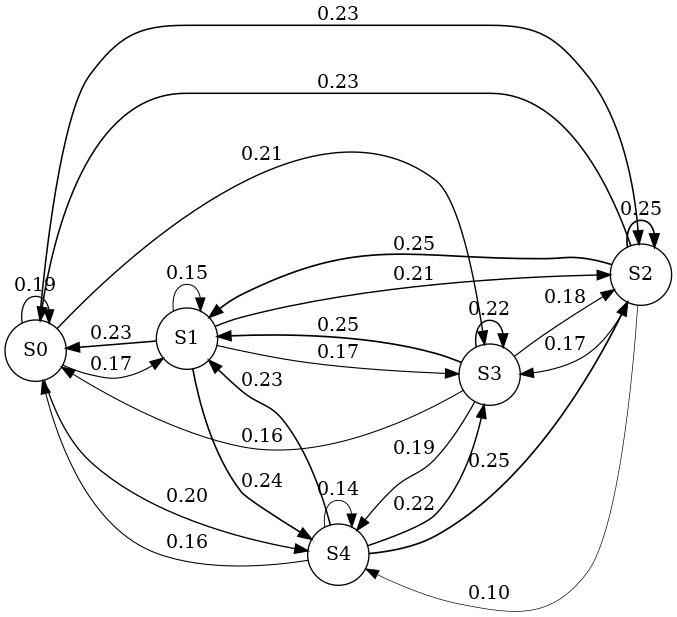
Above: chain.png in MrAlexandrov/homework_first (Graphviz), before the change. Its source is kept beside it as chain.dot. Source of this version:
```dot
digraph MarkovChain {
    rankdir=LR;
    node [shape=circle];
    S0 -> S0 [label="0.19", penwidth=0.95];
    S0 -> S1 [label="0.17", penwidth=0.85];
    S0 -> S2 [label="0.23", penwidth=1.15];
    S0 -> S3 [label="0.21", penwidth=1.05];
    S0 -> S4 [label="0.20", penwidth=1.00];
    S1 -> S0 [label="0.23", penwidth=1.15];
    S1 -> S1 [label="0.15", penwidth=0.75];
    S1 -> S2 [label="0.21", penwidth=1.05];
    S1 -> S3 [label="0.17", penwidth=0.85];
    S1 -> S4 [label="0.24", penwidth=1.20];
    S2 -> S0 [label="0.23", penwidth=1.15];
    S2 -> S1 [label="0.25", penwidth=1.25];
    S2 -> S2 [label="0.25", penwidth=1.25];
    S2 -> S3 [label="0.17", penwidth=0.85];
    S2 -> S4 [label="0.10", penwidth=0.50];
    S3 -> S0 [label="0.16", penwidth=0.80];
    S3 -> S1 [label="0.25", penwidth=1.25];
    S3 -> S2 [label="0.18", penwidth=0.90];
    S3 -> S3 [label="0.22", penwidth=1.10];
    S3 -> S4 [label="0.19", penwidth=0.95];
    S4 -> S0 [label="0.16", penwidth=0.80];
    S4 -> S1 [label="0.23", penwidth=1.15];
    S4 -> S2 [label="0.25", penwidth=1.25];
    S4 -> S3 [label="0.22", penwidth=1.10];
    S4 -> S4 [label="0.14", penwidth=0.70];
}
```
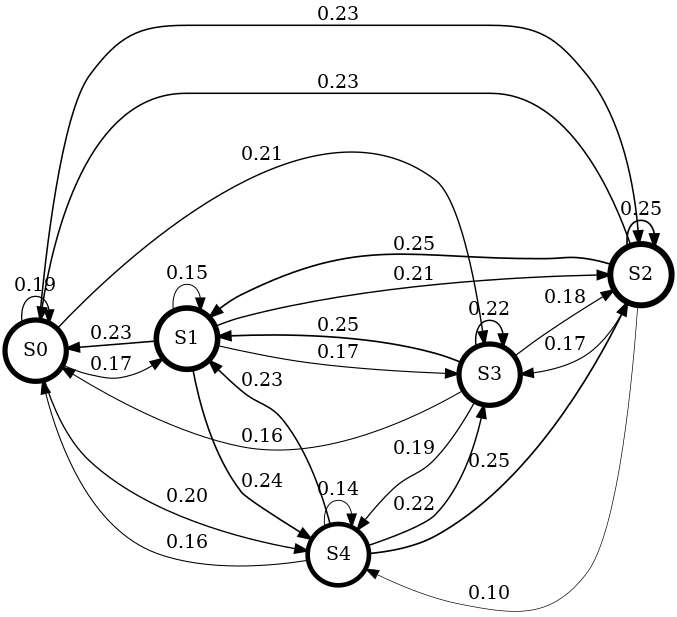
Later version of the same file.

The edit, as a diff of the source:
```diff
@@ -1,6 +1,11 @@
 digraph MarkovChain {
     rankdir=LR;
     node [shape=circle];
+    S0[label="S0", penwidth=3.92504];
+    S1[label="S1", penwidth=4.19686];
+    S2[label="S2", penwidth=4.47874];
+    S3[label="S3", penwidth=3.92697];
+    S4[label="S4", penwidth=3.47239];
     S0 -> S0 [label="0.19", penwidth=0.95];
     S0 -> S1 [label="0.17", penwidth=0.85];
     S0 -> S2 [label="0.23", penwidth=1.15];
```
